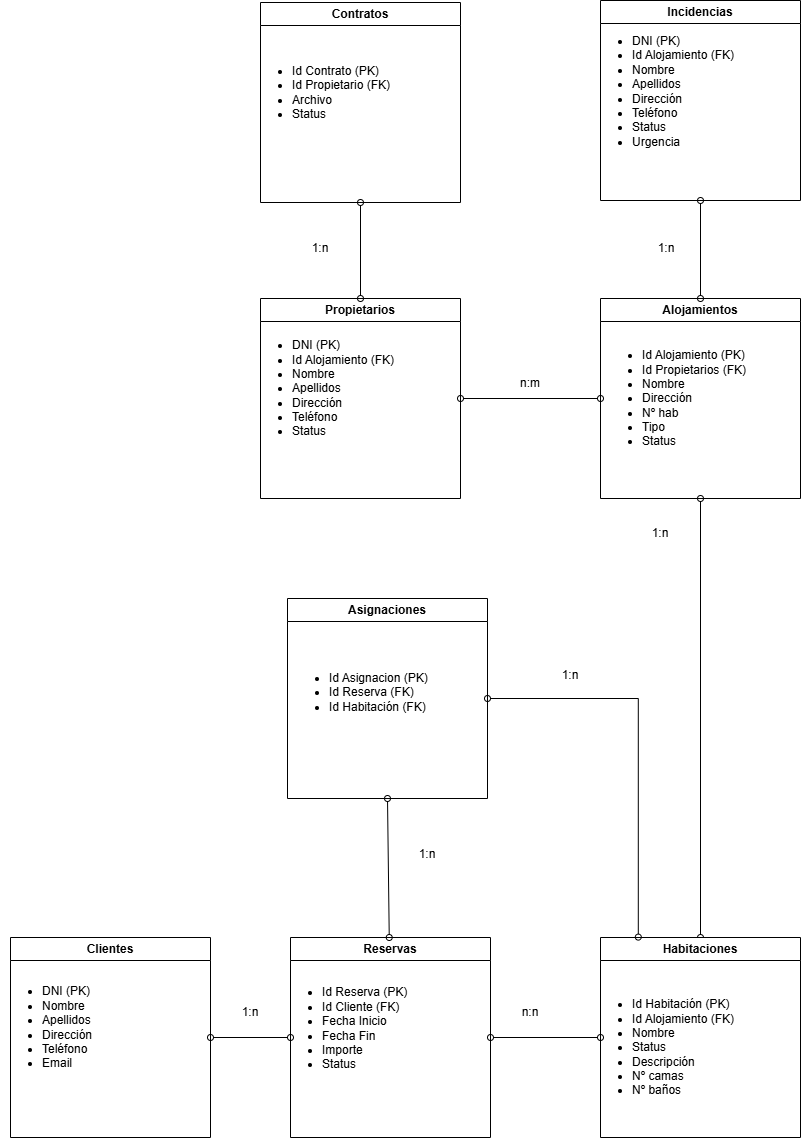
Before: docs/BBDD.png, a diagram exported from draw.io (laumarm6/alojamiento). Source tidied: cells renumbered, new cells last; positions are measured from the earlier drawing's top-left corner, leaving out a move shared by most shapes.
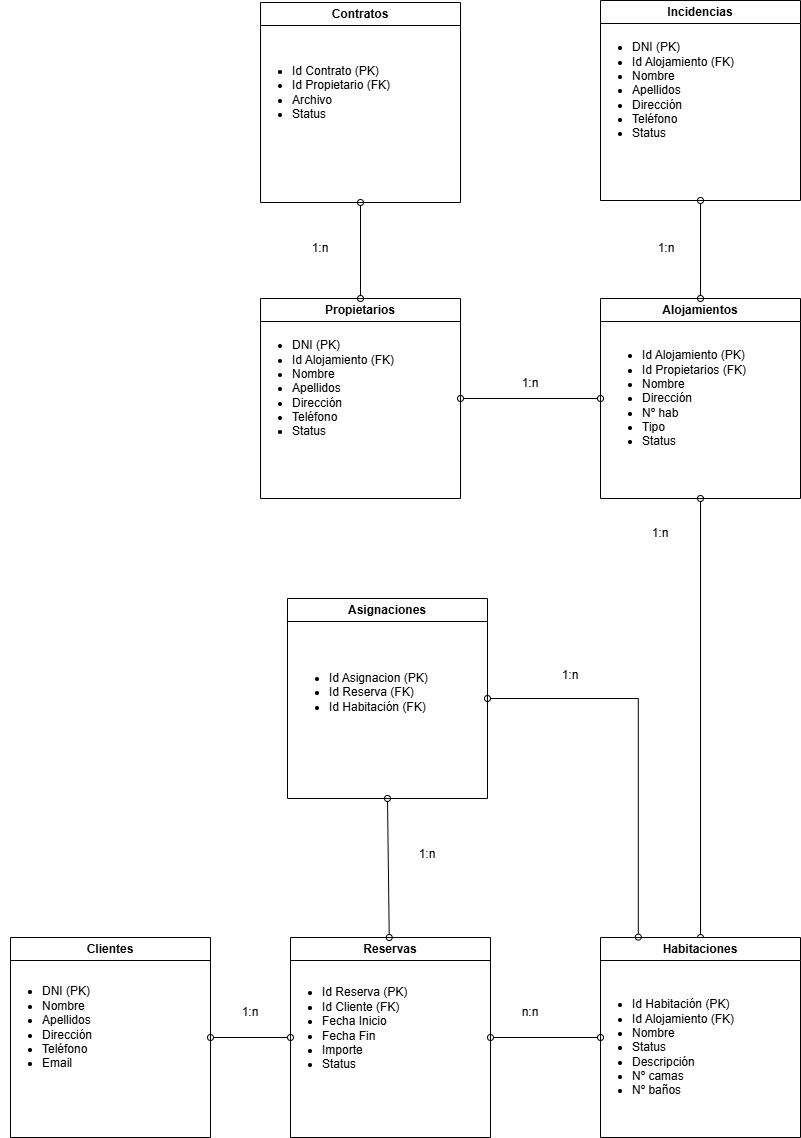
Later version of the same file.

Commit message:
actualizo imagen de esquema BBDD

The edit, as a diff of the source:
```diff
@@ -44,7 +44,7 @@
     <mxCell id="15" style="rounded=0;jettySize=auto;html=1;entryX=1;entryY=0.5;entryDx=0;entryDy=0;startArrow=oval;startFill=0;endArrow=oval;endFill=0;" parent="1" edge="1" source="5" target="2">
       <mxGeometry relative="1" as="geometry" />
     </mxCell>
-    <mxCell id="16" value="n:m" style="text;html=1;align=center;verticalAlign=middle;whiteSpace=wrap;rounded=0;" parent="1" vertex="1">
+    <mxCell id="16" value="1:n" style="text;html=1;align=center;verticalAlign=middle;whiteSpace=wrap;rounded=0;" parent="1" vertex="1">
       <mxGeometry x="500" y="368" width="60" height="30" as="geometry" />
     </mxCell>
     <mxCell id="17" value="1:n" style="text;html=1;align=center;verticalAlign=middle;whiteSpace=wrap;rounded=0;" parent="1" vertex="1">
@@ -65,8 +65,8 @@
     <mxCell id="22" value="Incidencias" style="swimlane;whiteSpace=wrap;html=1;" parent="1" vertex="1">
       <mxGeometry x="600" width="200" height="200" as="geometry" />
     </mxCell>
-    <mxCell id="23" value="&lt;ul&gt;&lt;li&gt;DNI (PK)&lt;/li&gt;&lt;li&gt;Id Alojamiento (FK)&lt;/li&gt;&lt;li&gt;Nombre&lt;/li&gt;&lt;li&gt;Apellidos&lt;/li&gt;&lt;li&gt;Dirección&lt;/li&gt;&lt;li style=&quot;&quot;&gt;Teléfono&lt;/li&gt;&lt;li&gt;Status&lt;/li&gt;&lt;li&gt;Urgencia&lt;/li&gt;&lt;/ul&gt;" style="text;html=1;align=left;verticalAlign=middle;strokeColor=none;fillColor=none;" parent="22" vertex="1">
-      <mxGeometry x="-10" y="15" width="160" height="151" as="geometry" />
+    <mxCell id="23" value="&lt;ul&gt;&lt;li&gt;DNI (PK)&lt;/li&gt;&lt;li&gt;Id Alojamiento (FK)&lt;/li&gt;&lt;li&gt;Nombre&lt;/li&gt;&lt;li&gt;Apellidos&lt;/li&gt;&lt;li&gt;Dirección&lt;/li&gt;&lt;li style=&quot;&quot;&gt;Teléfono&lt;/li&gt;&lt;li&gt;Status&lt;/li&gt;&lt;/ul&gt;" style="text;html=1;align=left;verticalAlign=middle;strokeColor=none;fillColor=none;" parent="22" vertex="1">
+      <mxGeometry x="-10" y="20" width="170" height="140" as="geometry" />
     </mxCell>
     <mxCell id="24" style="rounded=0;jettySize=auto;html=1;entryX=0.5;entryY=1;entryDx=0;entryDy=0;startArrow=oval;startFill=0;endArrow=oval;endFill=0;exitX=0.5;exitY=0;exitDx=0;exitDy=0;" parent="1" edge="1" source="2" target="20">
       <mxGeometry relative="1" as="geometry" />
```
